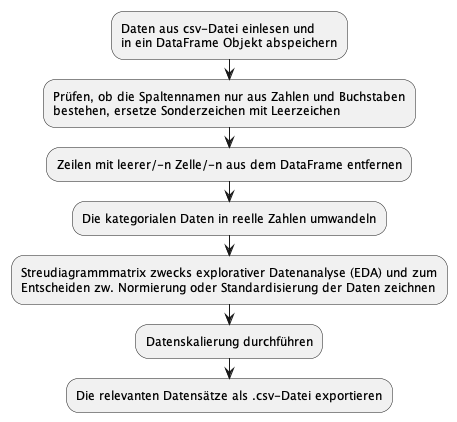
This is Vorbereitung_der_Daten/workflow/workflow.png from affandimansor/projektarbeit_machine_learning, a PlantUML export, as it was before one commit. Its diagram source:
```plantuml
@startuml
:Daten aus csv-Datei einlesen und
in ein DataFrame Objekt abspeichern;
:Prüfen, ob die Spaltennamen nur aus Zahlen und Buchstaben
bestehen, ersetze Sonderzeichen mit Leerzeichen;
:Zeilen mit leerer/-n Zelle/-n aus dem DataFrame entfernen;
:Die kategorialen Daten in reelle Zahlen umwandeln;
:Streudiagrammmatrix zwecks explorativer Datenanalyse (EDA) und zum
Entscheiden zw. Normierung oder Standardisierung der Daten zeichnen;
:Datenskalierung durchführen;
:Die relevanten Datensätze als .csv-Datei exportieren;
@enduml
```
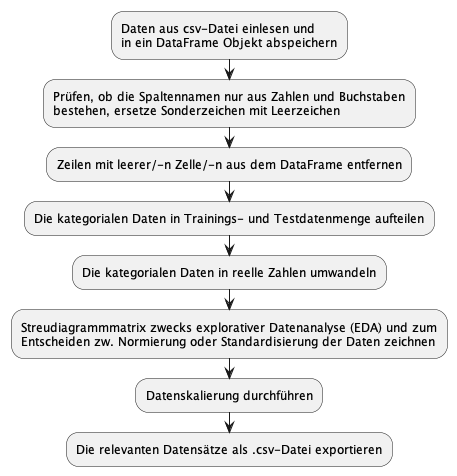
The same file after the commit.

Commit message:
Split and export categorial datasets -Split categorial data into training and test datasets -define parameter stratify in all calls of test_train_split() -Reexport all csv-files -update workflow

Change to the diagram source:
```diff
@@ -4,6 +4,7 @@
 :Prüfen, ob die Spaltennamen nur aus Zahlen und Buchstaben
 bestehen, ersetze Sonderzeichen mit Leerzeichen;
 :Zeilen mit leerer/-n Zelle/-n aus dem DataFrame entfernen;
+:Die kategorialen Daten in Trainings- und Testdatenmenge aufteilen;
 :Die kategorialen Daten in reelle Zahlen umwandeln;
 :Streudiagrammmatrix zwecks explorativer Datenanalyse (EDA) und zum
 Entscheiden zw. Normierung oder Standardisierung der Daten zeichnen;
```
